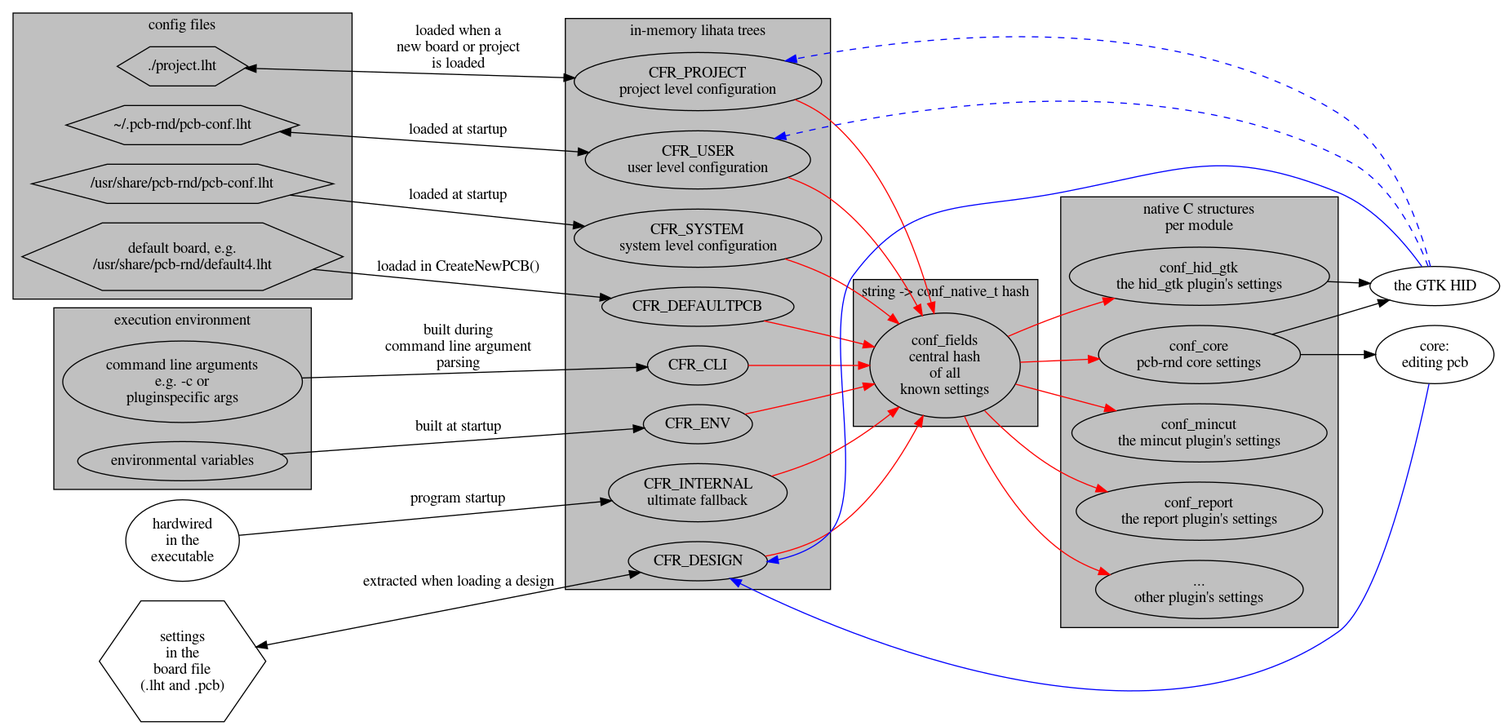
NoSuchProcess/pcb-rnd keeps this Graphviz diagram as doc/conf/merging.png. Above is the earlier version. Its source is kept beside it as doc/conf/src/merging.dot.
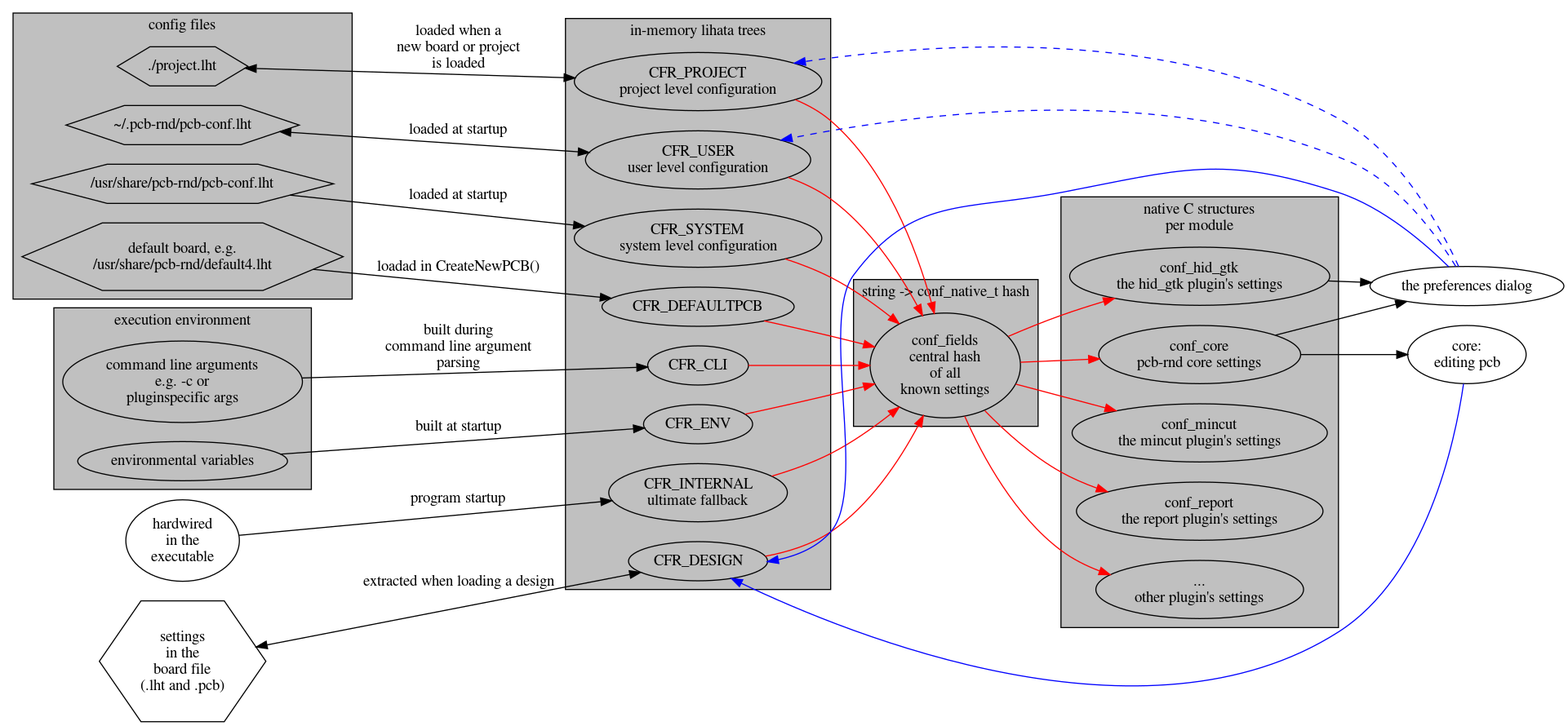
Above is the later version.

Commit message:
[doc] -Update: conf: preferences dialog is not gtk-only anymore

Change to the diagram source:
```diff
@@ -79,7 +79,7 @@
 	cli          -> CFR_CLI         [label="built during\ncommand line argument\nparsing"]
 
 
-	hid_gtk [label="the GTK HID"]
+	hid_gtk [label="the preferences dialog"]
 
 	conf_core     -> hid_gtk [weight=100]
 	conf_hid_gtk  -> hid_gtk
```
